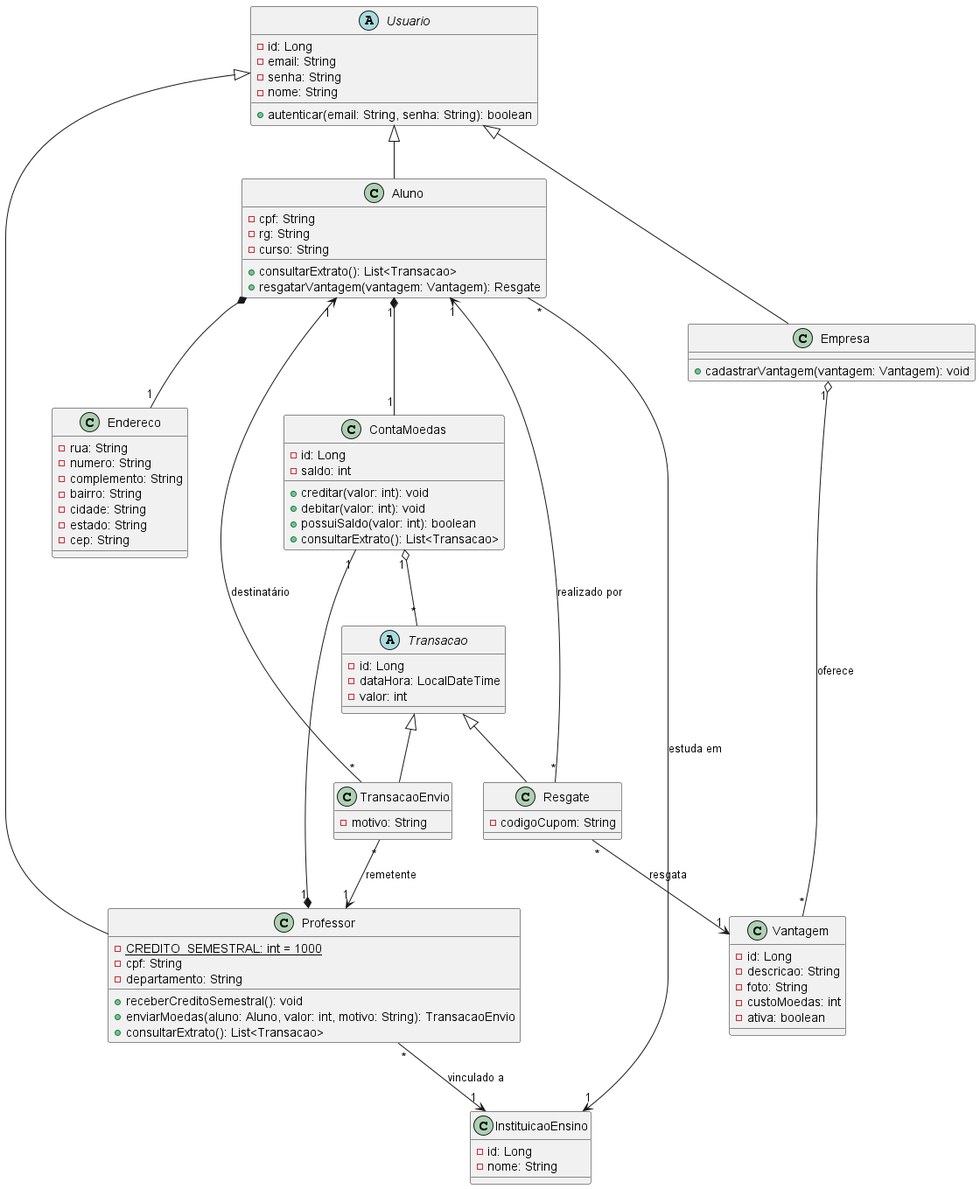
This is docs/diagramas/classes.png from brunokilo/lab03-projetoSoftware, a PlantUML export, as it was before one commit.
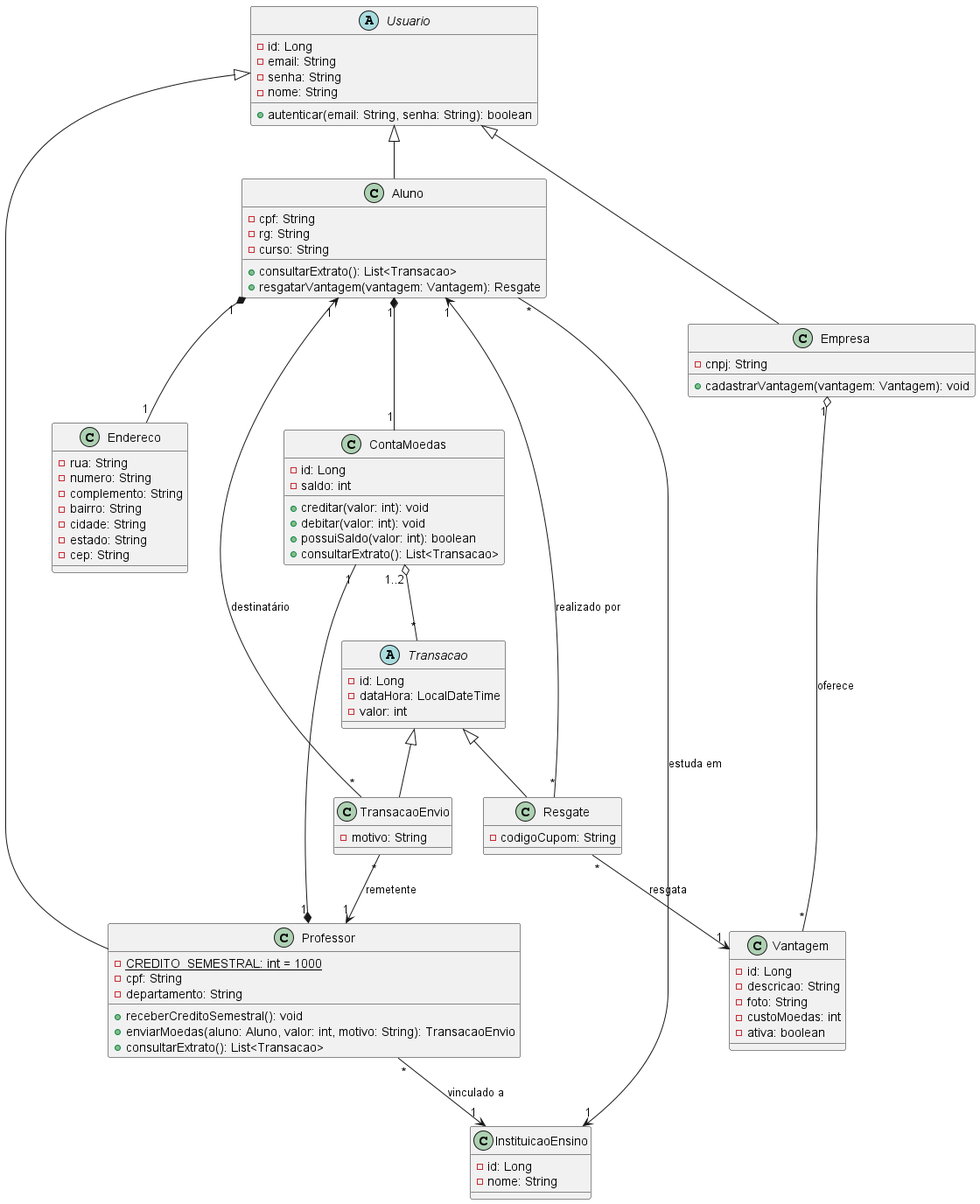
The same diagram one commit later.

Commit message:
feat: adição do atributo cnpj na classe Empresa e ajustes nas associações

Change to the diagram source:
```diff
@@ -40,6 +40,7 @@
 }
 
 class Empresa {
+  - cnpj: String
   + cadastrarVantagem(vantagem: Vantagem): void
 }
 
@@ -84,11 +85,11 @@
 
 Aluno "*" --> "1" InstituicaoEnsino : estuda em
 Professor "*" --> "1" InstituicaoEnsino : vinculado a
-Aluno *-- "1" Endereco
+Aluno "1" *-- "1" Endereco
 
 Aluno "1" *-- "1" ContaMoedas
 Professor "1" *-- "1" ContaMoedas
-ContaMoedas "1" o-- "*" Transacao
+ContaMoedas "1..2" o-- "*" Transacao
 
 TransacaoEnvio "*" --> "1" Professor : remetente
 TransacaoEnvio "*" --> "1" Aluno : destinatário
```
